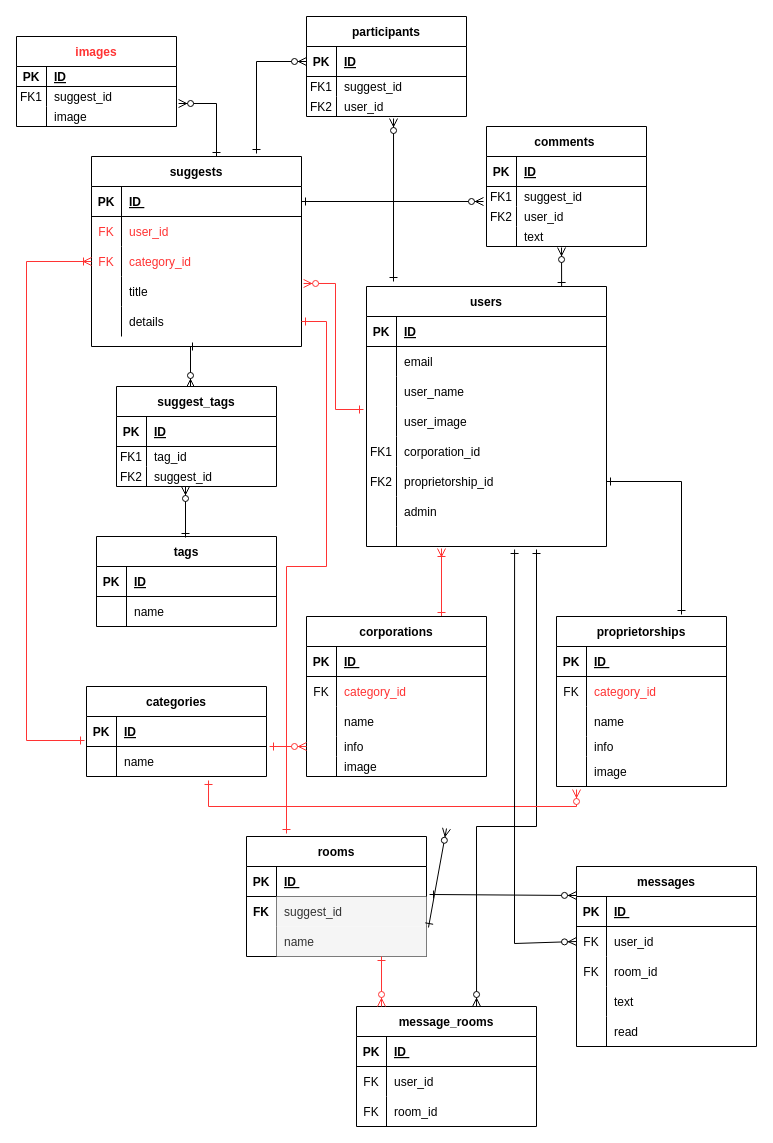
Sec-il-n/dic_guraduate_parts keeps this draw.io diagram as page "ページ2" (1 of 3) of Untitled Diagram.drawio. Above is the earlier version. Source tidied: cells renumbered, new cells numbered last; positions are measured from the earlier drawing's top-left corner, leaving out a move shared by most shapes. Both pictures are drawn from the tidied source at 100%, with x=0, y=0 at pixel (16, 16).
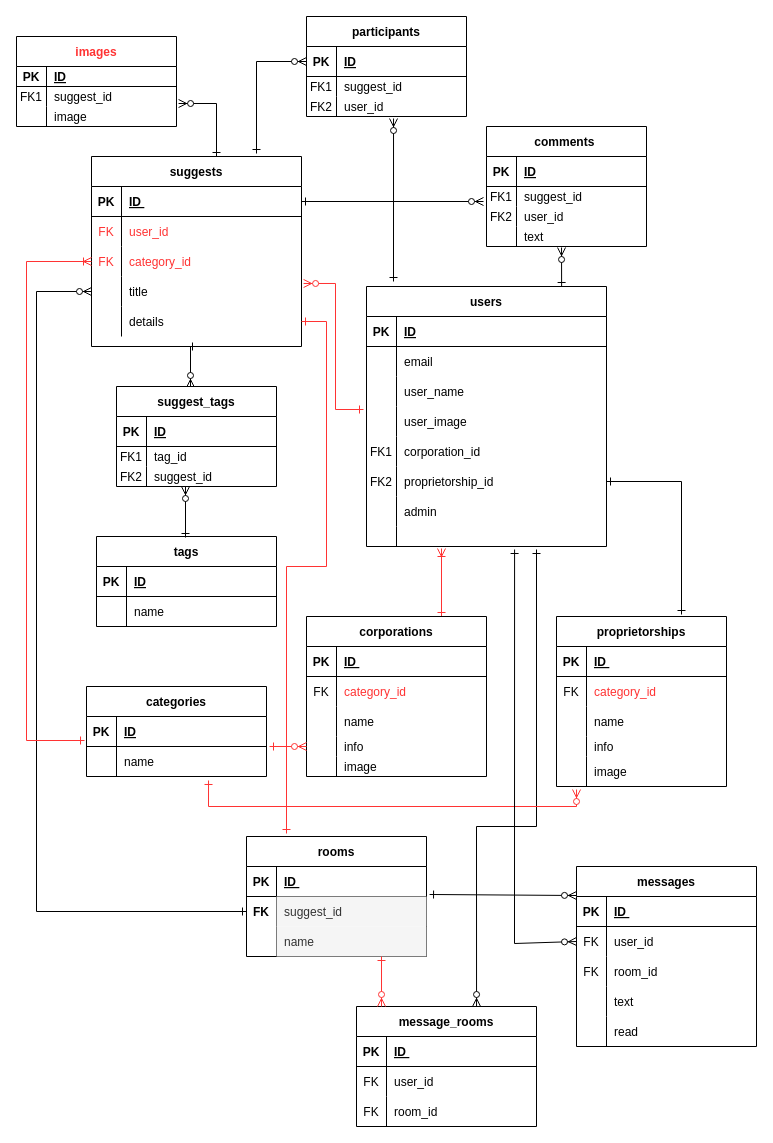
After the change.

Commit message:
Untitled Diagram.drawio を更新します

The change refers to these unchanged cells:
```xml
<mxCell id="45" style="shape=partialRectangle;fillColor=none;points=[[0,0.5],[1,0.5]];portConstraint=eastwest;top=0;left=0;right=0;bottom=0;" parent="35" vertex="1">
  <mxGeometry y="120" width="210" height="30" as="geometry" />
</mxCell>
<mxCell id="110" style="shape=partialRectangle;fillColor=none;points=[[0,0.5],[1,0.5]];portConstraint=eastwest;top=0;left=0;right=0;bottom=0;" parent="106" vertex="1">
  <mxGeometry y="60" width="180" height="30" as="geometry" />
</mxCell>
<mxCell id="113" style="shape=partialRectangle;fillColor=none;points=[[0,0.5],[1,0.5]];portConstraint=eastwest;top=0;left=0;right=0;bottom=0;" parent="106" vertex="1">
  <mxGeometry y="90" width="180" height="30" as="geometry" />
</mxCell>
```

Change to the diagram source:
```diff
@@
-    <mxCell id="116" style="edgeStyle=none;rounded=0;jettySize=auto;html=1;exitX=1.011;exitY=0.033;exitDx=0;exitDy=0;startArrow=ERone;startFill=0;endArrow=ERzeroToMany;endFill=1;entryX=0;entryY=0;entryDx=0;entryDy=0;entryPerimeter=0;exitPerimeter=0;" parent="1" edge="1" source="113">
+    <mxCell id="116" style="edgeStyle=none;rounded=0;jettySize=auto;html=1;exitX=0;exitY=0.5;exitDx=0;exitDy=0;startArrow=ERone;startFill=0;endArrow=ERzeroToMany;endFill=1;entryX=0;entryY=0.5;entryDx=0;entryDy=0;" parent="1" edge="1" source="110" target="45">
       <mxGeometry relative="1" as="geometry">
-        <mxPoint x="430" y="812" as="targetPoint" />
+        <Array as="points">
+          <mxPoint x="20" y="895" />
+          <mxPoint x="20" y="275" />
+        </Array>
       </mxGeometry>
     </mxCell>
```
